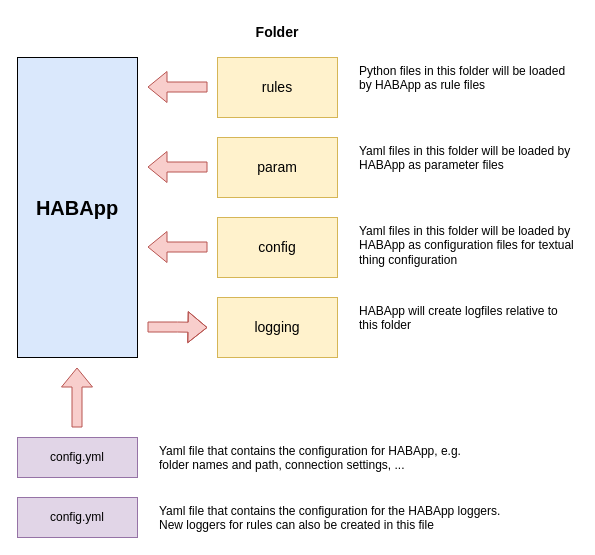
The draw.io diagram _doc/images/folders.drawio in spacemanspiff2007/HABApp, before the edit. Source tidied: cells renumbered, new cells numbered last; positions are measured from the earlier drawing's top-left corner, leaving out a move shared by most shapes. Both pictures are drawn from the tidied source at 100%, with x=0, y=0 at pixel (17, 17).
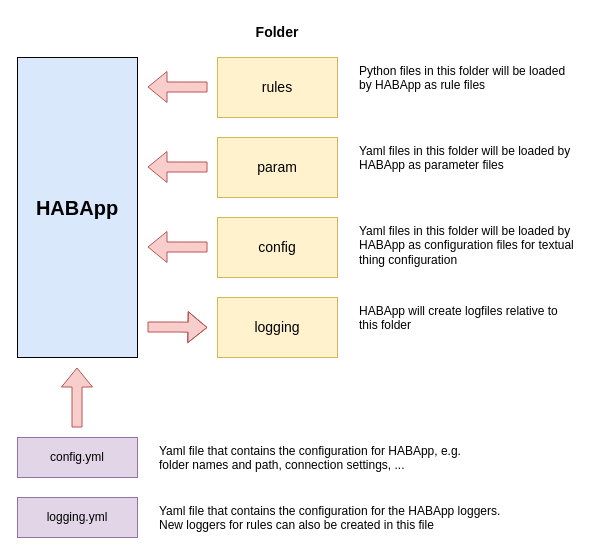
The same page after the edit.

What changed in the source:
```diff
@@
-    <mxCell id="18" value="config.yml" style="rounded=0;whiteSpace=wrap;html=1;fillColor=#e1d5e7;strokeColor=#9673a6;" parent="1" vertex="1">
+    <mxCell id="18" value="logging.yml" style="rounded=0;whiteSpace=wrap;html=1;fillColor=#e1d5e7;strokeColor=#9673a6;" parent="1" vertex="1">
       <mxGeometry y="480" width="120" height="40" as="geometry" />
     </mxCell>
```
